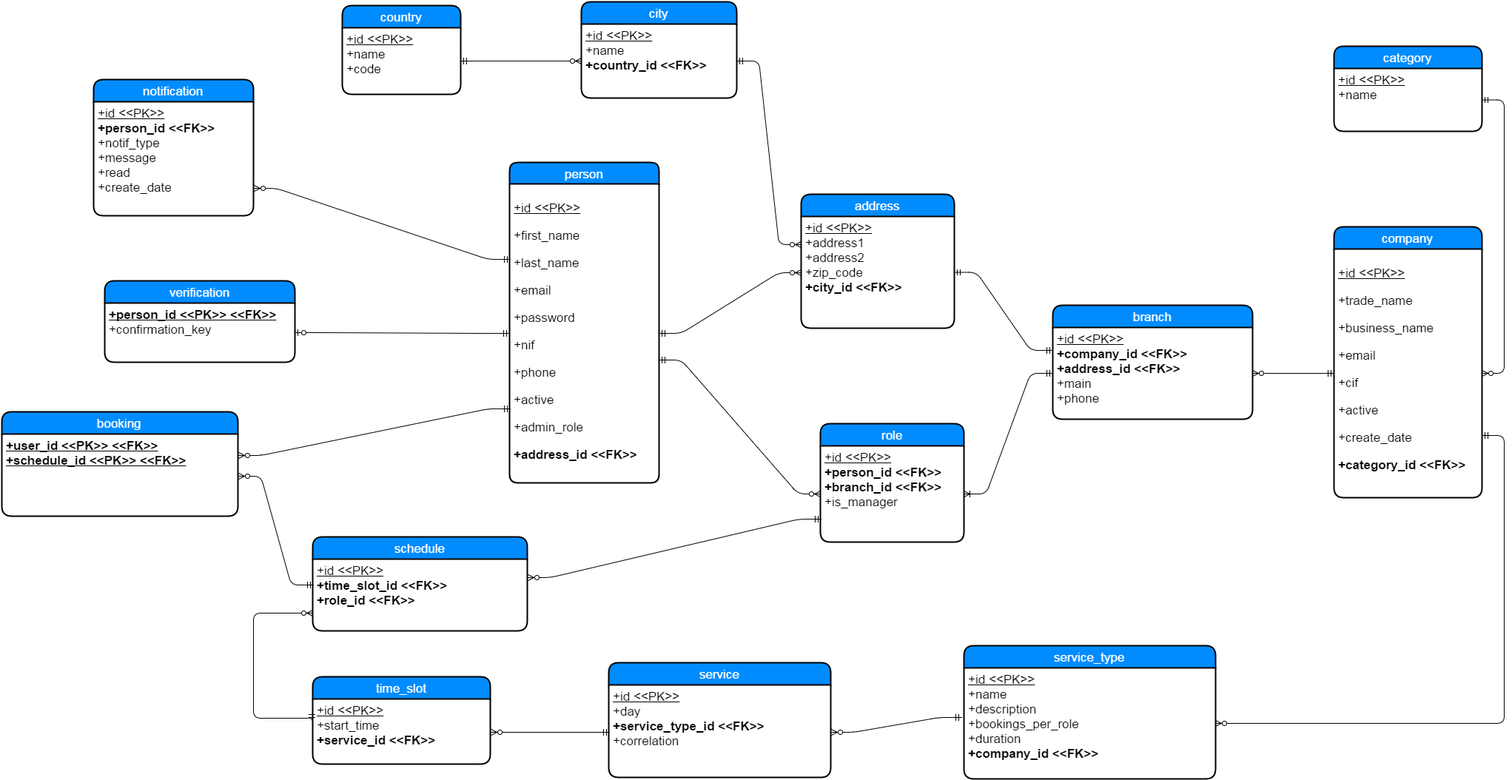
The draw.io diagram project_documentation/database/Entity Relation Diagram.png in malkomich/busy, before a commit. Source tidied: cells renumbered, new cells last; positions are measured from the earlier drawing's top-left corner, leaving out a move shared by most shapes.
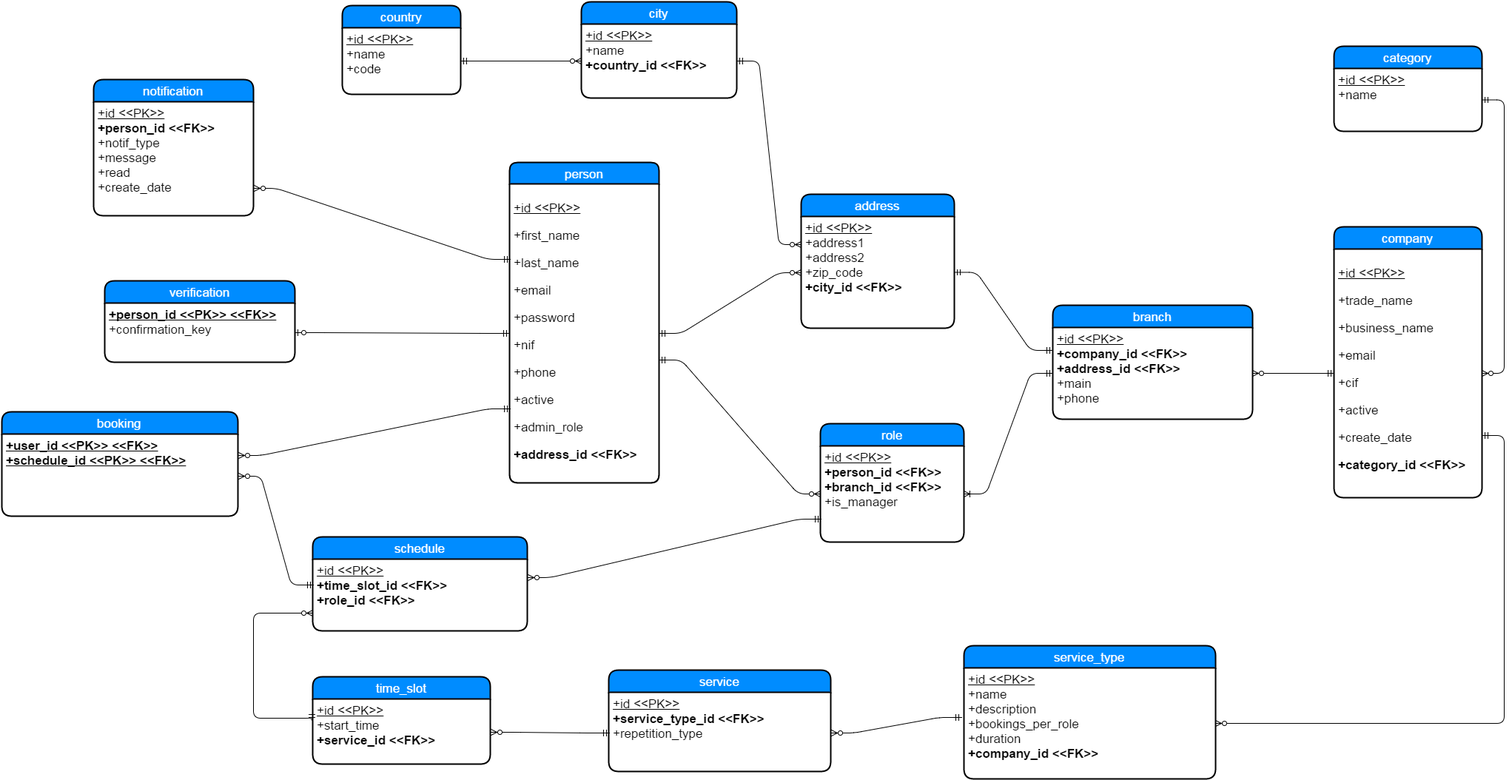
After the commit.

What changed in the source:
```diff
@@ -120,10 +120,10 @@
       <mxGeometry relative="1" as="geometry" />
     </mxCell>
     <mxCell id="41" value="service" style="swimlane;html=1;horizontal=1;startSize=30;fillColor=#008cff;fontColor=#FFFFFF;rounded=1;fontSize=17;fontStyle=0;strokeWidth=2;shadow=0;dashed=0;align=center;" parent="1" vertex="1">
-      <mxGeometry x="820" y="893" width="300" height="155" as="geometry" />
+      <mxGeometry x="820" y="903" width="300" height="137" as="geometry" />
     </mxCell>
-    <mxCell id="42" value="&lt;u&gt;+id &amp;lt;&amp;lt;PK&amp;gt;&amp;gt;&lt;/u&gt;&lt;div&gt;+day&lt;/div&gt;&lt;div&gt;&lt;div&gt;&lt;b&gt;+service_type_id &amp;lt;&amp;lt;FK&amp;gt;&amp;gt;&lt;/b&gt;&lt;/div&gt;&lt;/div&gt;&lt;div&gt;+correlation&lt;/div&gt;&lt;div&gt;&lt;br&gt;&lt;/div&gt;" style="whiteSpace=wrap;html=1;align=left;strokeColor=none;fillColor=none;spacingLeft=4;fontSize=17;verticalAlign=top;" parent="41" vertex="1">
-      <mxGeometry y="30" width="300" height="125" as="geometry" />
+    <mxCell id="42" value="&lt;u&gt;+id &amp;lt;&amp;lt;PK&amp;gt;&amp;gt;&lt;/u&gt;&lt;div&gt;&lt;b&gt;+service_type_id &amp;lt;&amp;lt;FK&amp;gt;&amp;gt;&lt;/b&gt;&lt;/div&gt;&lt;div&gt;+repetition_type&lt;/div&gt;&lt;div&gt;&lt;br&gt;&lt;/div&gt;" style="whiteSpace=wrap;html=1;align=left;strokeColor=none;fillColor=none;spacingLeft=4;fontSize=17;verticalAlign=top;" parent="41" vertex="1">
+      <mxGeometry y="30" width="300" height="107" as="geometry" />
     </mxCell>
     <mxCell id="43" value="schedule" style="swimlane;html=1;horizontal=1;startSize=30;fillColor=#008cff;fontColor=#FFFFFF;rounded=1;fontSize=17;fontStyle=0;strokeWidth=2;shadow=0;dashed=0;align=center;" parent="1" vertex="1">
       <mxGeometry x="420" y="723" width="290" height="127" as="geometry" />
```
